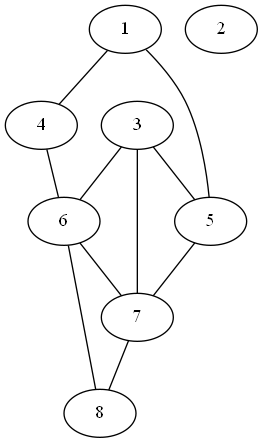
Before: dz4/graph2.png, a diagram exported from Graphviz (Whatislove00/Dz2). Its source is kept beside it as dz4/graph2.dot.
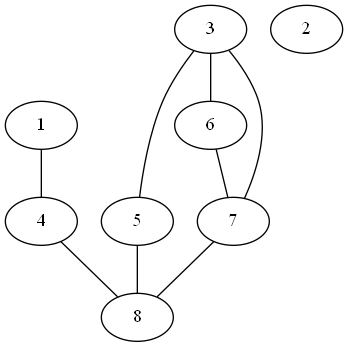
The same file after the commit.

What changed in the source:
```diff
@@ -8,13 +8,11 @@
 7;
 8;
 1 -- 4;
-1 -- 5;
 3 -- 5;
 3 -- 6;
 3 -- 7;
-4 -- 6;
-5 -- 7;
+4 -- 8;
+5 -- 8;
 6 -- 7;
-6 -- 8;
 7 -- 8;
 }
```
